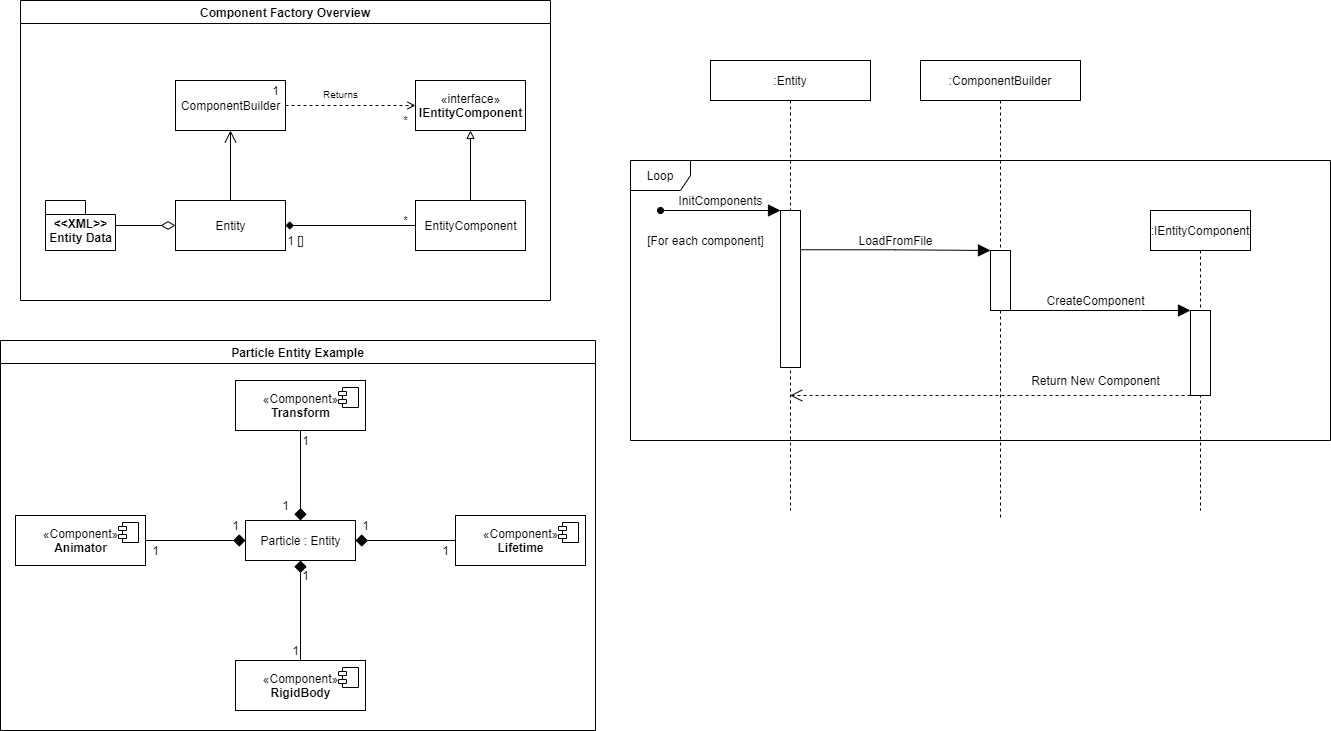
EwanBurnett/SFML-Game-Framework keeps this draw.io diagram as SFML Game Framework.drawio.png. Above is the earlier version. Source tidied: cells renumbered, new cells last; positions are measured from the earlier drawing's top-left corner, leaving out a move shared by most shapes.
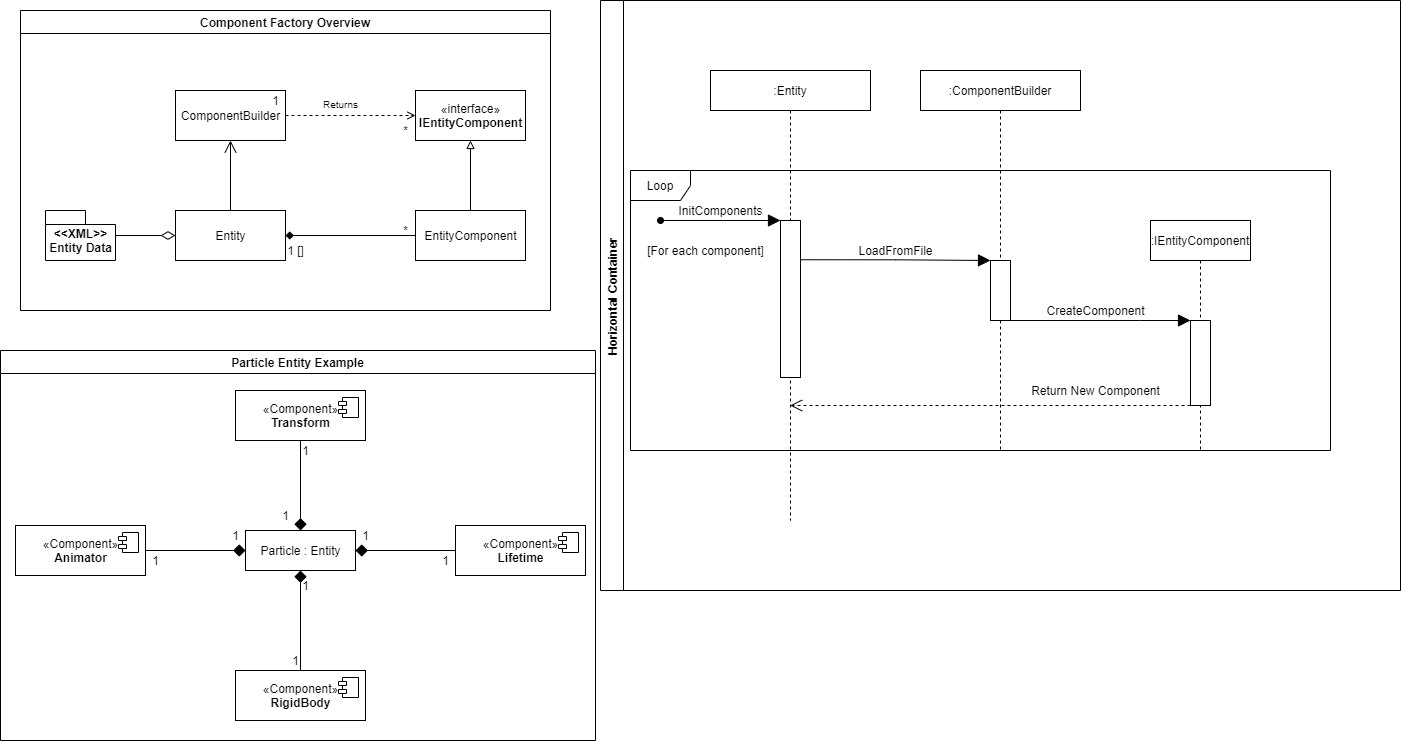
Later version of the same file.

Diff of the diagram source:
```diff
@@ -2,6 +2,9 @@
   <root>
     <mxCell id="0" />
     <mxCell id="1" parent="0" />
+    <mxCell id="56" value="Horizontal Container" style="swimlane;horizontal=0;" parent="1" vertex="1">
+      <mxGeometry x="600" y="-10" width="800" height="590" as="geometry" />
+    </mxCell>
     <mxCell id="2" value="Loop" style="shape=umlFrame;whiteSpace=wrap;html=1;" parent="1" vertex="1">
       <mxGeometry x="630" y="160" width="700" height="280" as="geometry" />
     </mxCell>
@@ -66,7 +69,7 @@
       <mxGeometry x="-70" y="170" width="130" height="20" as="geometry" />
     </mxCell>
     <mxCell id="23" value=":ComponentBuilder" style="shape=umlLifeline;perimeter=lifelinePerimeter;whiteSpace=wrap;html=1;" parent="1" vertex="1">
-      <mxGeometry x="920" y="60" width="160" height="460" as="geometry" />
+      <mxGeometry x="920" y="60" width="160" height="380" as="geometry" />
     </mxCell>
     <mxCell id="24" style="rounded=0;whiteSpace=wrap;html=1;" parent="23" vertex="1">
       <mxGeometry x="70" y="190" width="20" height="60" as="geometry" />
@@ -88,7 +91,7 @@
       <mxGeometry x="850" y="230" width="90" height="20" as="geometry" />
     </mxCell>
     <mxCell id="28" value=":IEntityComponent" style="shape=umlLifeline;perimeter=lifelinePerimeter;whiteSpace=wrap;html=1;" parent="1" vertex="1">
-      <mxGeometry x="1150" y="210" width="100" height="300" as="geometry" />
+      <mxGeometry x="1150" y="210" width="100" height="230" as="geometry" />
     </mxCell>
     <mxCell id="29" style="rounded=0;whiteSpace=wrap;html=1;" parent="28" vertex="1">
       <mxGeometry x="40" y="100" width="20" height="85" as="geometry" />
```
